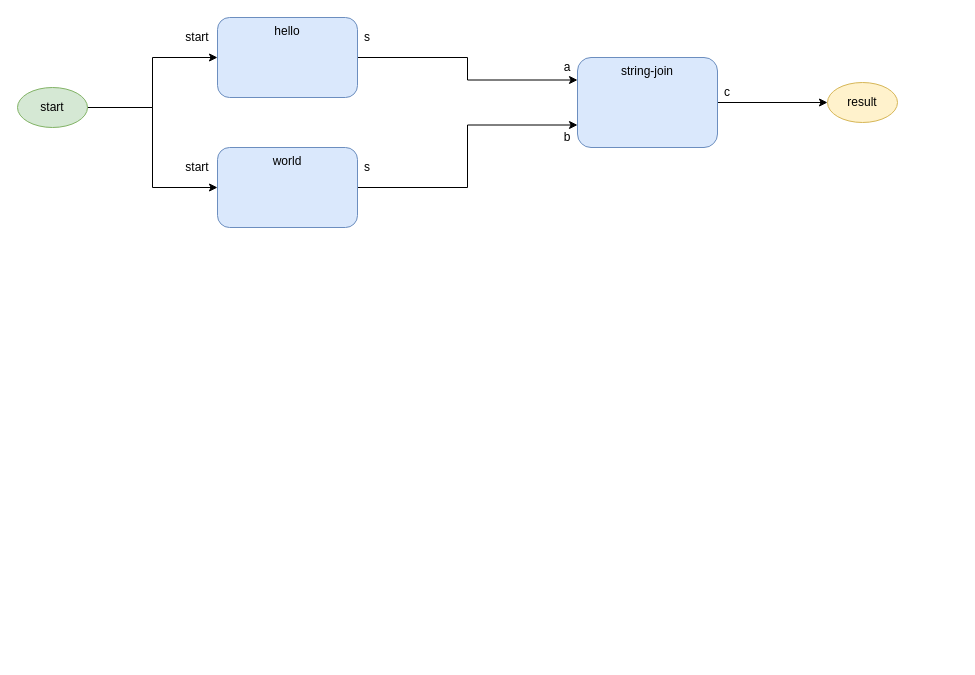
This is page "TOP (internal)" (2 of 7) of doc/parts.drawio from bmfbp/arrowgrams, a draw.io file, before an edit. Source tidied: cells renumbered, new cells numbered last; positions are measured from the earlier drawing's top-left corner, leaving out a move shared by most shapes. Both pictures are drawn from the tidied source at 100%, with x=0, y=0 at pixel (17, 17).
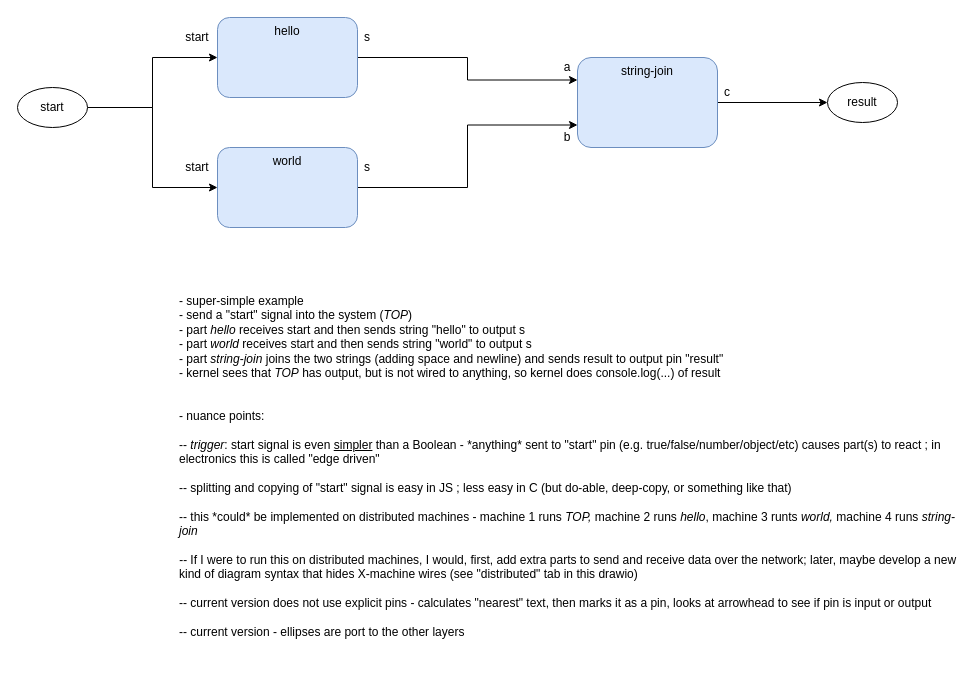
After the change.

Commit message:
diagram of distributed simple example

Diff of the diagram source:
```diff
@@
 <mxGraphModel>
   <root>
     <mxCell id="0" />
     <mxCell id="1" parent="0" />
     <mxCell id="2" style="edgeStyle=orthogonalEdgeStyle;rounded=0;jettySize=auto;html=1;entryX=0;entryY=0.25;entryDx=0;entryDy=0;" parent="1" edge="1" source="3" target="7">
       <mxGeometry relative="1" as="geometry" />
     </mxCell>
     <mxCell id="3" value="hello" style="rounded=1;whiteSpace=wrap;html=1;verticalAlign=top;fillColor=#dae8fc;strokeColor=#6c8ebf;" parent="1" vertex="1">
       <mxGeometry x="200" width="140" height="80" as="geometry" />
     </mxCell>
     <mxCell id="4" value="s" style="text;html=1;strokeColor=none;fillColor=none;align=center;verticalAlign=middle;whiteSpace=wrap;rounded=0;" parent="1" vertex="1">
       <mxGeometry x="340" y="10" width="20" height="20" as="geometry" />
     </mxCell>
     <mxCell id="5" value="start" style="text;html=1;strokeColor=none;fillColor=none;align=center;verticalAlign=middle;whiteSpace=wrap;rounded=0;" parent="1" vertex="1">
       <mxGeometry x="160" y="10" width="40" height="20" as="geometry" />
     </mxCell>
     <mxCell id="6" style="edgeStyle=orthogonalEdgeStyle;rounded=0;jettySize=auto;html=1;entryX=0;entryY=0.5;entryDx=0;entryDy=0;" parent="1" edge="1" source="7" target="11">
       <mxGeometry relative="1" as="geometry" />
     </mxCell>
     <mxCell id="7" value="string-join" style="rounded=1;whiteSpace=wrap;html=1;verticalAlign=top;fillColor=#dae8fc;strokeColor=#6c8ebf;" parent="1" vertex="1">
       <mxGeometry x="560" y="40" width="140" height="90" as="geometry" />
     </mxCell>
     <mxCell id="8" value="c" style="text;html=1;strokeColor=none;fillColor=none;align=center;verticalAlign=middle;whiteSpace=wrap;rounded=0;" parent="1" vertex="1">
       <mxGeometry x="700" y="65" width="20" height="20" as="geometry" />
     </mxCell>
     <mxCell id="9" value="a" style="text;html=1;strokeColor=none;fillColor=none;align=center;verticalAlign=middle;whiteSpace=wrap;rounded=0;" parent="1" vertex="1">
       <mxGeometry x="540" y="40" width="20" height="20" as="geometry" />
     </mxCell>
     <mxCell id="10" value="b" style="text;html=1;strokeColor=none;fillColor=none;align=center;verticalAlign=middle;whiteSpace=wrap;rounded=0;" parent="1" vertex="1">
       <mxGeometry x="540" y="110" width="20" height="20" as="geometry" />
     </mxCell>
-    <mxCell id="11" value="result" style="ellipse;whiteSpace=wrap;html=1;fillColor=#fff2cc;strokeColor=#d6b656;" parent="1" vertex="1">
+    <mxCell id="11" value="result" style="ellipse;whiteSpace=wrap;html=1;" parent="1" vertex="1">
       <mxGeometry x="810" y="65" width="70" height="40" as="geometry" />
     </mxCell>
     <mxCell id="12" style="edgeStyle=orthogonalEdgeStyle;rounded=0;jettySize=auto;html=1;entryX=0;entryY=0.75;entryDx=0;entryDy=0;" parent="1" edge="1" source="13" target="7">
       <mxGeometry relative="1" as="geometry" />
     </mxCell>
     <mxCell id="13" value="world" style="rounded=1;whiteSpace=wrap;html=1;verticalAlign=top;fillColor=#dae8fc;strokeColor=#6c8ebf;" parent="1" vertex="1">
       <mxGeometry x="200" y="130" width="140" height="80" as="geometry" />
     </mxCell>
     <mxCell id="14" value="s" style="text;html=1;strokeColor=none;fillColor=none;align=center;verticalAlign=middle;whiteSpace=wrap;rounded=0;" parent="1" vertex="1">
       <mxGeometry x="340" y="140" width="20" height="20" as="geometry" />
     </mxCell>
     <mxCell id="15" value="start" style="text;html=1;strokeColor=none;fillColor=none;align=center;verticalAlign=middle;whiteSpace=wrap;rounded=0;" parent="1" vertex="1">
       <mxGeometry x="160" y="140" width="40" height="20" as="geometry" />
     </mxCell>
     <mxCell id="16" style="edgeStyle=orthogonalEdgeStyle;rounded=0;jettySize=auto;html=1;exitX=1;exitY=0.5;exitDx=0;exitDy=0;entryX=0;entryY=0.5;entryDx=0;entryDy=0;" parent="1" edge="1" source="18" target="3">
       <mxGeometry relative="1" as="geometry" />
     </mxCell>
     <mxCell id="17" style="edgeStyle=orthogonalEdgeStyle;rounded=0;jettySize=auto;html=1;entryX=0;entryY=0.5;entryDx=0;entryDy=0;" parent="1" edge="1" source="18" target="13">
       <mxGeometry relative="1" as="geometry" />
     </mxCell>
-    <mxCell id="18" value="start" style="ellipse;whiteSpace=wrap;html=1;fillColor=#d5e8d4;strokeColor=#82b366;" parent="1" vertex="1">
+    <mxCell id="18" value="start" style="ellipse;whiteSpace=wrap;html=1;" parent="1" vertex="1">
       <mxGeometry y="70" width="70" height="40" as="geometry" />
     </mxCell>
+    <mxCell id="19" value="- super-simple example&lt;br&gt;- send a &quot;start&quot; signal into the system (&lt;i&gt;TOP&lt;/i&gt;)&lt;br&gt;- part &lt;i&gt;hello&lt;/i&gt; receives start and then sends string &quot;hello&quot; to output s&lt;br&gt;- part &lt;i&gt;world&lt;/i&gt; receives start and then sends string &quot;world&quot; to output s&lt;br&gt;- part &lt;i&gt;string&lt;/i&gt;-&lt;i&gt;join&lt;/i&gt; joins the two strings (adding space and newline) and sends result to output pin &quot;result&quot;&lt;br&gt;- kernel sees that &lt;i&gt;TOP&lt;/i&gt; has output, but is not wired to anything, so kernel does console.log(...) of result&lt;br&gt;&lt;br&gt;&lt;br&gt;- nuance points:&lt;br&gt;&lt;br&gt;-- &lt;i&gt;trigger&lt;/i&gt;: start signal is even &lt;u&gt;simpler&lt;/u&gt; than a Boolean - *anything* sent to &quot;start&quot; pin (e.g. true/false/number/object/etc) causes part(s) to react ; in electronics this is called &quot;edge driven&quot;&lt;br&gt;&lt;br&gt;-- splitting and copying of &quot;start&quot; signal is easy in JS ; less easy in C (but do-able, deep-copy, or something like that)&lt;br&gt;&lt;br&gt;-- this *could* be implemented on distributed machines - machine 1 runs &lt;i&gt;TOP, &lt;/i&gt;machine 2 runs &lt;i&gt;hello&lt;/i&gt;, machine 3 runts &lt;i&gt;world, &lt;/i&gt;machine 4 runs &lt;i&gt;string-join&lt;br&gt;&lt;br&gt;-- &lt;/i&gt;If I were to run this on distributed machines, I would, first, add extra parts to send and receive data over the network; later, maybe develop a new kind of diagram syntax that hides X-machine wires (see &quot;distributed&quot; tab in this drawio)&lt;br&gt;&lt;br&gt;-- current version does not use explicit pins - calculates &quot;nearest&quot; text, then marks it as a pin, looks at arrowhead to see if pin is input or output&lt;br&gt;&lt;br&gt;-- current version - ellipses are port to the other layers" style="text;html=1;strokeColor=none;fillColor=none;align=left;verticalAlign=top;whiteSpace=wrap;rounded=0;" parent="1" vertex="1">
+      <mxGeometry x="160" y="270" width="780" height="370" as="geometry" />
+    </mxCell>
   </root>
 </mxGraphModel>
```
